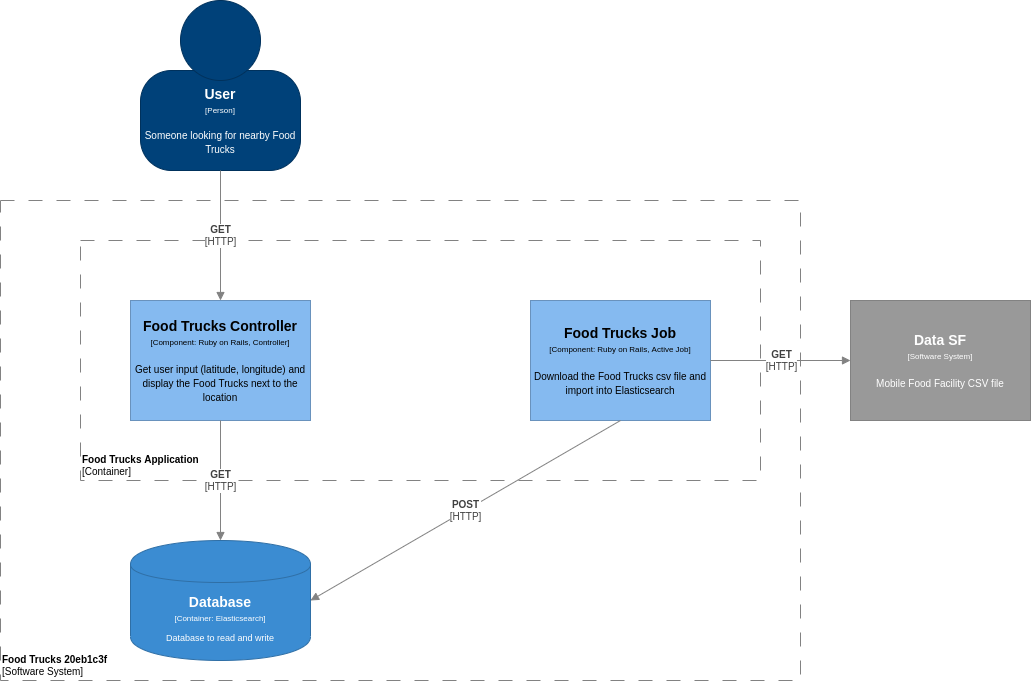
Earlier version of the draw.io export .github/architecture.png (flaviogf/food_trucks_20eb1c3f). Source tidied: cells renumbered, new cells last; positions are measured from the earlier drawing's top-left corner, leaving out a move shared by most shapes. Source of this version:
```xml
<mxGraphModel>
  <root>
    <mxCell id="0" />
    <mxCell id="1" parent="0" />
    <object id="2" label="&lt;font style=&quot;font-size: 10px&quot;&gt;&lt;b&gt;%name%&lt;/b&gt;&lt;br style=&quot;font-size: 10px&quot;&gt;[Software System]&lt;/font&gt;" name="Food Trucks 20eb1c3f" placeholders="1">
      <mxCell style="rounded=0;whiteSpace=wrap;html=1;strokeColor=#828282;fontColor=#000000;align=left;labelPosition=center;verticalLabelPosition=middle;verticalAlign=bottom;strokeWidth=1;perimeterSpacing=0;spacing=2;spacingTop=0;fontSize=10;fillColor=none;dashed=1;dashPattern=14 14;" parent="1" vertex="1">
        <mxGeometry y="200" width="800" height="480" as="geometry" />
      </mxCell>
    </object>
    <object id="3" label="&lt;font style=&quot;font-size: 10px&quot;&gt;&lt;b&gt;%name%&lt;/b&gt;&lt;br style=&quot;font-size: 10px&quot;&gt;[Container]&lt;/font&gt;" name="Food Trucks Application" placeholders="1">
      <mxCell style="rounded=0;whiteSpace=wrap;html=1;strokeColor=#828282;fillColor=none;fontColor=#000000;align=left;labelPosition=center;verticalLabelPosition=middle;verticalAlign=bottom;dashed=1;strokeWidth=1;perimeterSpacing=0;spacing=2;spacingTop=0;fontSize=10;dashPattern=14 14;" parent="1" vertex="1">
        <mxGeometry x="80" y="240" width="680" height="240" as="geometry" />
      </mxCell>
    </object>
    <object id="4" label="&lt;div&gt;&lt;span style=&quot;font-size: 14px&quot;&gt;&lt;b&gt;%name%&lt;/b&gt;&lt;/span&gt;&lt;/div&gt;&lt;div&gt;&lt;span style=&quot;font-size: 8px&quot;&gt;[Component: %technology%]&lt;/span&gt;&lt;/div&gt;&lt;div&gt;&lt;span style=&quot;font-size: 8px&quot;&gt;&lt;br&gt;&lt;/span&gt;&lt;/div&gt;&lt;div&gt;&lt;font size=&quot;1&quot;&gt;%description%&lt;/font&gt;&lt;/div&gt;" description="Get user input (latitude, longitude) and display the Food Trucks next to the location" name="Food Trucks Controller" placeholders="1" technology="Ruby on Rails, Controller">
      <mxCell style="rounded=0;whiteSpace=wrap;html=1;fillColor=#85baf0;fontColor=#000000;strokeColor=#6992BD;" parent="1" vertex="1">
        <mxGeometry x="130" y="300" width="180" height="120" as="geometry" />
      </mxCell>
    </object>
    <object id="5" label="&lt;div&gt;&lt;span style=&quot;font-size: 14px&quot;&gt;&lt;b&gt;%name%&lt;/b&gt;&lt;/span&gt;&lt;/div&gt;&lt;div&gt;&lt;span style=&quot;font-size: 8px&quot;&gt;[Component: %technology%]&lt;/span&gt;&lt;/div&gt;&lt;div&gt;&lt;span style=&quot;font-size: 8px&quot;&gt;&lt;br&gt;&lt;/span&gt;&lt;/div&gt;&lt;div&gt;&lt;font size=&quot;1&quot;&gt;%description%&lt;/font&gt;&lt;/div&gt;" description="Download the Food Trucks csv file and import into Elasticsearch" name="Food Trucks Job" placeholders="1" technology="Ruby on Rails, Active Job">
      <mxCell style="rounded=0;whiteSpace=wrap;html=1;fillColor=#85baf0;fontColor=#000000;strokeColor=#6992BD;" parent="1" vertex="1">
        <mxGeometry x="530" y="300" width="180" height="120" as="geometry" />
      </mxCell>
    </object>
    <object id="6" label="" instruction="edit data of the lower shape within the group" placeholders="1">
      <mxCell style="group;" parent="1" vertex="1">
        <mxGeometry x="140" width="160" height="170" as="geometry" />
      </mxCell>
    </object>
    <object id="7" label="&lt;div style=&quot;color: rgb(255 , 255 , 255) ; white-space: normal&quot;&gt;&lt;span style=&quot;font-size: 14px&quot;&gt;&lt;b&gt;%name%&lt;/b&gt;&lt;/span&gt;&lt;/div&gt;&lt;div style=&quot;color: rgb(255 , 255 , 255) ; white-space: normal&quot;&gt;&lt;font style=&quot;font-size: 8px&quot;&gt;[Person]&lt;/font&gt;&lt;/div&gt;&lt;div style=&quot;color: rgb(255 , 255 , 255) ; white-space: normal ; font-size: 8px&quot;&gt;&lt;span style=&quot;font-size: x-small&quot;&gt;&lt;br&gt;&lt;/span&gt;&lt;/div&gt;&lt;div style=&quot;color: rgb(255 , 255 , 255) ; white-space: normal&quot;&gt;&lt;font size=&quot;1&quot;&gt;%description%&lt;/font&gt;&lt;/div&gt;" description="Someone looking for nearby Food Trucks" name="User" placeholders="1">
      <mxCell style="rounded=1;whiteSpace=wrap;html=1;strokeColor=#00315C;fillColor=#004179;fontColor=#000000;arcSize=31;" parent="6" vertex="1">
        <mxGeometry y="70" width="160" height="100" as="geometry" />
      </mxCell>
    </object>
    <mxCell id="8" style="ellipse;whiteSpace=wrap;html=1;strokeColor=#00315C;fillColor=#004179;fontColor=#000000;" parent="6" vertex="1">
      <mxGeometry x="40" width="80" height="80" as="geometry" />
    </mxCell>
    <object id="9" label="&lt;span style=&quot;font-size: 10px&quot;&gt;&lt;b&gt;%name%&lt;/b&gt;&lt;br&gt;[%technology%]&lt;br&gt;&lt;/span&gt;" name="GET" placeholders="1" technology="HTTP">
      <mxCell style="endArrow=block;html=1;fontSize=10;fontColor=#404040;strokeWidth=1;endFill=1;strokeColor=#828282;elbow=vertical;exitX=0.5;exitY=1;exitDx=0;exitDy=0;entryX=0.5;entryY=0;entryDx=0;entryDy=0;" parent="1" edge="1" source="7" target="4">
        <mxGeometry relative="1" as="geometry" />
      </mxCell>
    </object>
    <object id="10" label="&lt;div style=&quot;color: rgb(255 , 255 , 255) ; white-space: normal&quot;&gt;&lt;span style=&quot;font-size: 14px&quot;&gt;&lt;b&gt;%name%&lt;/b&gt;&lt;/span&gt;&lt;/div&gt;&lt;div style=&quot;color: rgb(255 , 255 , 255) ; font-size: 12px ; white-space: normal&quot;&gt;&lt;font style=&quot;font-size: 8px&quot;&gt;[Container: %technology%]&lt;/font&gt;&lt;/div&gt;&lt;div style=&quot;color: rgb(255 , 255 , 255) ; white-space: normal ; font-size: 8px&quot;&gt;&lt;font style=&quot;line-height: 9.6px&quot;&gt;&lt;br&gt;&lt;/font&gt;&lt;/div&gt;&lt;div style=&quot;color: rgb(255 , 255 , 255) ; white-space: normal&quot;&gt;%description%&lt;/div&gt;" description="Database to read and write" name="Database" placeholders="1" technology="Elasticsearch">
      <mxCell style="shape=cylinder;whiteSpace=wrap;html=1;boundedLbl=1;backgroundOutline=1;strokeColor=#2F6FA6;strokeWidth=1;fillColor=#3B8CD2;fontSize=9;fontColor=#000000;align=center;" parent="1" vertex="1">
        <mxGeometry x="130" y="540" width="180" height="120" as="geometry" />
      </mxCell>
    </object>
    <object id="11" label="&lt;span style=&quot;font-size: 10px&quot;&gt;&lt;b&gt;%name%&lt;/b&gt;&lt;br&gt;[%technology%]&lt;br&gt;&lt;/span&gt;" name="GET" placeholders="1" technology="HTTP">
      <mxCell style="endArrow=block;html=1;fontSize=10;fontColor=#404040;strokeWidth=1;endFill=1;strokeColor=#828282;elbow=vertical;exitX=0.5;exitY=1;exitDx=0;exitDy=0;" parent="1" edge="1" source="4" target="10">
        <mxGeometry relative="1" as="geometry" />
      </mxCell>
    </object>
    <object id="12" label="&lt;span style=&quot;font-size: 10px&quot;&gt;&lt;b&gt;%name%&lt;/b&gt;&lt;br&gt;[%technology%]&lt;br&gt;&lt;/span&gt;" name="POST" placeholders="1" technology="HTTP">
      <mxCell style="endArrow=block;html=1;fontSize=10;fontColor=#404040;strokeWidth=1;endFill=1;strokeColor=#828282;elbow=vertical;exitX=0.5;exitY=1;exitDx=0;exitDy=0;entryX=1;entryY=0.5;entryDx=0;entryDy=0;" parent="1" edge="1" source="5" target="10">
        <mxGeometry relative="1" as="geometry" />
      </mxCell>
    </object>
    <object id="13" label="&lt;div&gt;&lt;span style=&quot;font-size: 14px&quot;&gt;&lt;b&gt;%name%&lt;/b&gt;&lt;/span&gt;&lt;/div&gt;&lt;div&gt;&lt;span style=&quot;font-size: 8px&quot;&gt;[Software System&lt;/span&gt;&lt;span style=&quot;font-size: 8px&quot;&gt;]&lt;/span&gt;&lt;/div&gt;&lt;div&gt;&lt;span style=&quot;font-size: 8px&quot;&gt;&lt;br&gt;&lt;/span&gt;&lt;/div&gt;&lt;div&gt;&lt;font size=&quot;1&quot;&gt;%description%&lt;/font&gt;&lt;/div&gt;" description="Mobile Food Facility CSV file" name="Data SF" placeholders="1">
      <mxCell style="rounded=0;whiteSpace=wrap;html=1;fillColor=#999999;fontColor=#FFFFFF;strokeColor=#828282;" parent="1" vertex="1">
        <mxGeometry x="850" y="300" width="180" height="120" as="geometry" />
      </mxCell>
    </object>
    <object id="14" label="&lt;span style=&quot;font-size: 10px&quot;&gt;&lt;b&gt;%name%&lt;/b&gt;&lt;br&gt;[%technology%]&lt;br&gt;&lt;/span&gt;" name="GET" placeholders="1" technology="HTTP">
      <mxCell style="endArrow=block;html=1;fontSize=10;fontColor=#404040;strokeWidth=1;endFill=1;strokeColor=#828282;elbow=vertical;exitX=1;exitY=0.5;exitDx=0;exitDy=0;" parent="1" edge="1" source="5" target="13">
        <mxGeometry relative="1" as="geometry" />
      </mxCell>
    </object>
  </root>
</mxGraphModel>
```
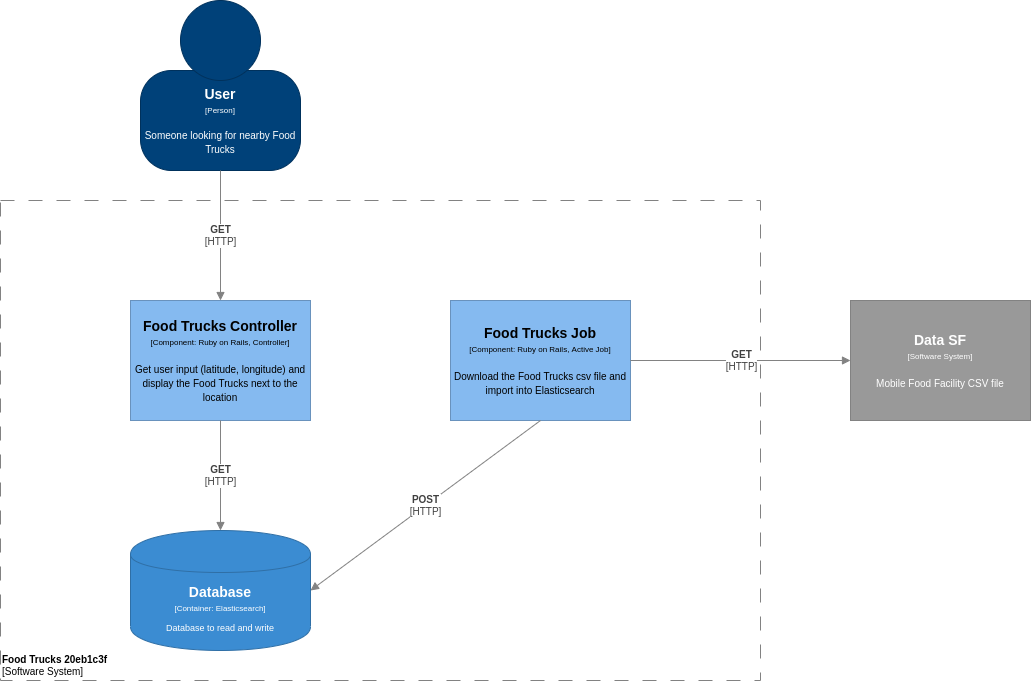
The same file after the commit.

What changed in the source:
```diff
@@ -4,14 +4,9 @@
     <mxCell id="1" parent="0" />
     <object id="2" label="&lt;font style=&quot;font-size: 10px&quot;&gt;&lt;b&gt;%name%&lt;/b&gt;&lt;br style=&quot;font-size: 10px&quot;&gt;[Software System]&lt;/font&gt;" name="Food Trucks 20eb1c3f" placeholders="1">
       <mxCell style="rounded=0;whiteSpace=wrap;html=1;strokeColor=#828282;fontColor=#000000;align=left;labelPosition=center;verticalLabelPosition=middle;verticalAlign=bottom;strokeWidth=1;perimeterSpacing=0;spacing=2;spacingTop=0;fontSize=10;fillColor=none;dashed=1;dashPattern=14 14;" parent="1" vertex="1">
-        <mxGeometry y="200" width="800" height="480" as="geometry" />
+        <mxGeometry y="200" width="760" height="480" as="geometry" />
       </mxCell>
     </object>
-    <object id="3" label="&lt;font style=&quot;font-size: 10px&quot;&gt;&lt;b&gt;%name%&lt;/b&gt;&lt;br style=&quot;font-size: 10px&quot;&gt;[Container]&lt;/font&gt;" name="Food Trucks Application" placeholders="1">
-      <mxCell style="rounded=0;whiteSpace=wrap;html=1;strokeColor=#828282;fillColor=none;fontColor=#000000;align=left;labelPosition=center;verticalLabelPosition=middle;verticalAlign=bottom;dashed=1;strokeWidth=1;perimeterSpacing=0;spacing=2;spacingTop=0;fontSize=10;dashPattern=14 14;" parent="1" vertex="1">
-        <mxGeometry x="80" y="240" width="680" height="240" as="geometry" />
-      </mxCell>
-    </object>
     <object id="4" label="&lt;div&gt;&lt;span style=&quot;font-size: 14px&quot;&gt;&lt;b&gt;%name%&lt;/b&gt;&lt;/span&gt;&lt;/div&gt;&lt;div&gt;&lt;span style=&quot;font-size: 8px&quot;&gt;[Component: %technology%]&lt;/span&gt;&lt;/div&gt;&lt;div&gt;&lt;span style=&quot;font-size: 8px&quot;&gt;&lt;br&gt;&lt;/span&gt;&lt;/div&gt;&lt;div&gt;&lt;font size=&quot;1&quot;&gt;%description%&lt;/font&gt;&lt;/div&gt;" description="Get user input (latitude, longitude) and display the Food Trucks next to the location" name="Food Trucks Controller" placeholders="1" technology="Ruby on Rails, Controller">
       <mxCell style="rounded=0;whiteSpace=wrap;html=1;fillColor=#85baf0;fontColor=#000000;strokeColor=#6992BD;" parent="1" vertex="1">
         <mxGeometry x="130" y="300" width="180" height="120" as="geometry" />
@@ -19,7 +14,7 @@
     </object>
     <object id="5" label="&lt;div&gt;&lt;span style=&quot;font-size: 14px&quot;&gt;&lt;b&gt;%name%&lt;/b&gt;&lt;/span&gt;&lt;/div&gt;&lt;div&gt;&lt;span style=&quot;font-size: 8px&quot;&gt;[Component: %technology%]&lt;/span&gt;&lt;/div&gt;&lt;div&gt;&lt;span style=&quot;font-size: 8px&quot;&gt;&lt;br&gt;&lt;/span&gt;&lt;/div&gt;&lt;div&gt;&lt;font size=&quot;1&quot;&gt;%description%&lt;/font&gt;&lt;/div&gt;" description="Download the Food Trucks csv file and import into Elasticsearch" name="Food Trucks Job" placeholders="1" technology="Ruby on Rails, Active Job">
       <mxCell style="rounded=0;whiteSpace=wrap;html=1;fillColor=#85baf0;fontColor=#000000;strokeColor=#6992BD;" parent="1" vertex="1">
-        <mxGeometry x="530" y="300" width="180" height="120" as="geometry" />
+        <mxGeometry x="450" y="300" width="180" height="120" as="geometry" />
       </mxCell>
     </object>
     <object id="6" label="" instruction="edit data of the lower shape within the group" placeholders="1">
@@ -42,7 +37,7 @@
     </object>
     <object id="10" label="&lt;div style=&quot;color: rgb(255 , 255 , 255) ; white-space: normal&quot;&gt;&lt;span style=&quot;font-size: 14px&quot;&gt;&lt;b&gt;%name%&lt;/b&gt;&lt;/span&gt;&lt;/div&gt;&lt;div style=&quot;color: rgb(255 , 255 , 255) ; font-size: 12px ; white-space: normal&quot;&gt;&lt;font style=&quot;font-size: 8px&quot;&gt;[Container: %technology%]&lt;/font&gt;&lt;/div&gt;&lt;div style=&quot;color: rgb(255 , 255 , 255) ; white-space: normal ; font-size: 8px&quot;&gt;&lt;font style=&quot;line-height: 9.6px&quot;&gt;&lt;br&gt;&lt;/font&gt;&lt;/div&gt;&lt;div style=&quot;color: rgb(255 , 255 , 255) ; white-space: normal&quot;&gt;%description%&lt;/div&gt;" description="Database to read and write" name="Database" placeholders="1" technology="Elasticsearch">
       <mxCell style="shape=cylinder;whiteSpace=wrap;html=1;boundedLbl=1;backgroundOutline=1;strokeColor=#2F6FA6;strokeWidth=1;fillColor=#3B8CD2;fontSize=9;fontColor=#000000;align=center;" parent="1" vertex="1">
-        <mxGeometry x="130" y="540" width="180" height="120" as="geometry" />
+        <mxGeometry x="130" y="530" width="180" height="120" as="geometry" />
       </mxCell>
     </object>
     <object id="11" label="&lt;span style=&quot;font-size: 10px&quot;&gt;&lt;b&gt;%name%&lt;/b&gt;&lt;br&gt;[%technology%]&lt;br&gt;&lt;/span&gt;" name="GET" placeholders="1" technology="HTTP">
```
